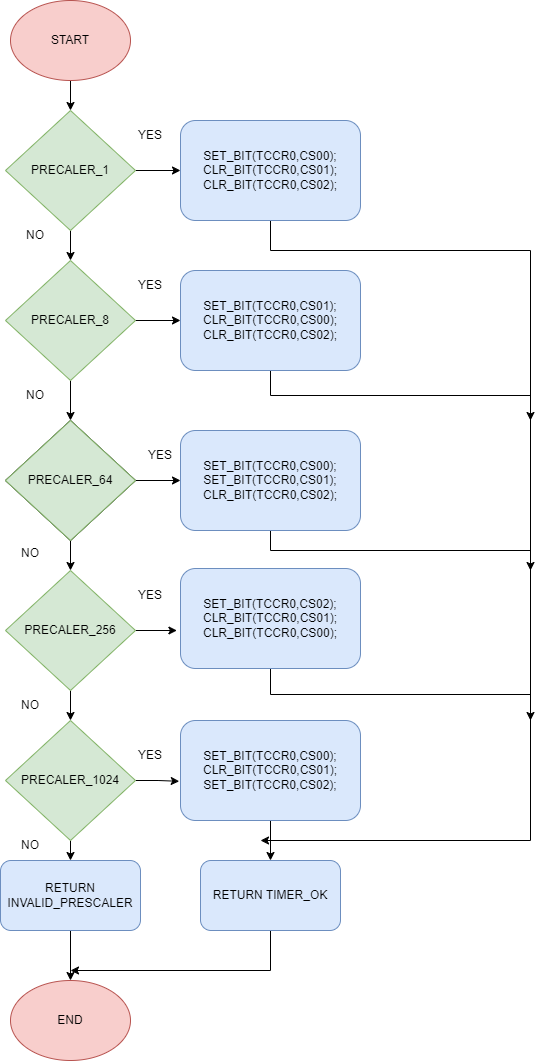
Before: Sprints_tasks/6- Embedded Systems Level 1/4- LED sequence V3.0/Design and Decumentation/APIS Design/5 - TIMER/TIMER_0_START.png, a diagram exported from draw.io (Elpolaky/Sprints). Source tidied: cells renumbered, new cells last; positions are measured from the earlier drawing's top-left corner, leaving out a move shared by most shapes.
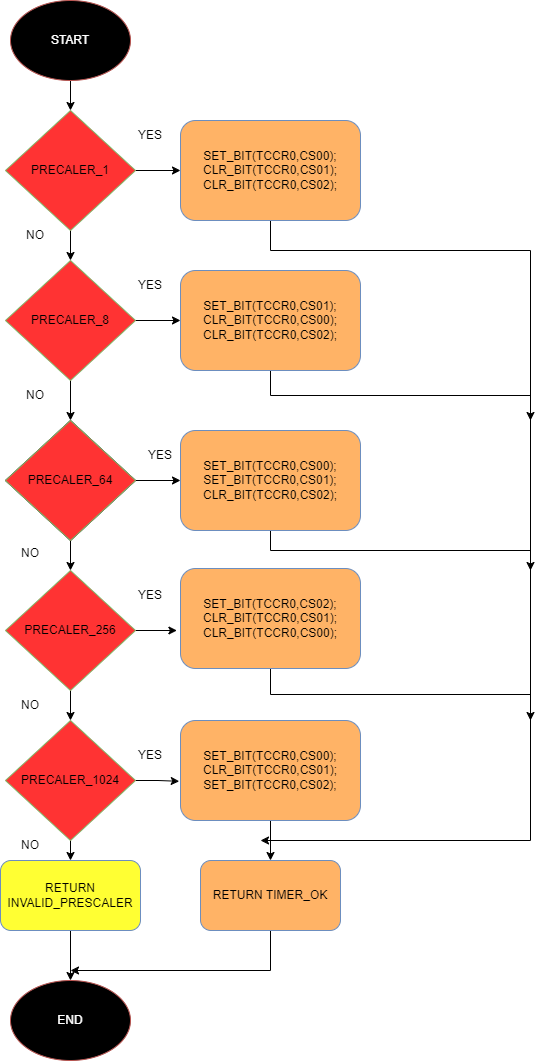
Above is the later version.

Diff of the diagram source:
```diff
@@ -5,7 +5,7 @@
     <mxCell id="2" style="edgeStyle=orthogonalEdgeStyle;rounded=0;jettySize=auto;html=1;" parent="1" edge="1" source="3" target="6">
       <mxGeometry relative="1" as="geometry" />
     </mxCell>
-    <mxCell id="3" value="START" style="ellipse;whiteSpace=wrap;html=1;fillColor=#f8cecc;strokeColor=#b85450;" parent="1" vertex="1">
+    <mxCell id="3" value="&lt;font color=&quot;#ffffff&quot;&gt;START&lt;/font&gt;" style="ellipse;whiteSpace=wrap;html=1;fillColor=#000000;strokeColor=#b85450;" parent="1" vertex="1">
       <mxGeometry x="10" width="120" height="80" as="geometry" />
     </mxCell>
     <mxCell id="4" style="edgeStyle=orthogonalEdgeStyle;rounded=0;jettySize=auto;html=1;" parent="1" edge="1" source="6" target="9">
@@ -14,7 +14,7 @@
     <mxCell id="5" style="edgeStyle=orthogonalEdgeStyle;rounded=0;jettySize=auto;html=1;" parent="1" edge="1" source="6" target="20">
       <mxGeometry relative="1" as="geometry" />
     </mxCell>
-    <mxCell id="6" value="PRECALER_1" style="rhombus;whiteSpace=wrap;html=1;fillColor=#d5e8d4;strokeColor=#82b366;" parent="1" vertex="1">
+    <mxCell id="6" value="PRECALER_1" style="rhombus;whiteSpace=wrap;html=1;fillColor=#FF3333;strokeColor=#82b366;" parent="1" vertex="1">
       <mxGeometry x="5" y="110" width="130" height="120" as="geometry" />
     </mxCell>
     <mxCell id="7" style="edgeStyle=orthogonalEdgeStyle;rounded=0;jettySize=auto;html=1;" parent="1" edge="1" source="9" target="12">
@@ -23,7 +23,7 @@
     <mxCell id="8" style="edgeStyle=orthogonalEdgeStyle;rounded=0;jettySize=auto;html=1;exitX=1;exitY=0.5;exitDx=0;exitDy=0;" parent="1" edge="1" source="9" target="22">
       <mxGeometry relative="1" as="geometry" />
     </mxCell>
-    <mxCell id="9" value="PRECALER_8" style="rhombus;whiteSpace=wrap;html=1;fillColor=#d5e8d4;strokeColor=#82b366;" parent="1" vertex="1">
+    <mxCell id="9" value="PRECALER_8" style="rhombus;whiteSpace=wrap;html=1;fillColor=#FF3333;strokeColor=#82b366;" parent="1" vertex="1">
       <mxGeometry x="5" y="260" width="130" height="120" as="geometry" />
     </mxCell>
     <mxCell id="10" style="edgeStyle=orthogonalEdgeStyle;rounded=0;jettySize=auto;html=1;" parent="1" edge="1" source="12" target="15">
@@ -41,7 +41,7 @@
     <mxCell id="14" style="edgeStyle=orthogonalEdgeStyle;rounded=0;jettySize=auto;html=1;exitX=1;exitY=0.5;exitDx=0;exitDy=0;entryX=-0.02;entryY=0.62;entryDx=0;entryDy=0;entryPerimeter=0;" parent="1" edge="1" source="15" target="26">
       <mxGeometry relative="1" as="geometry" />
     </mxCell>
-    <mxCell id="15" value="PRECALER_256" style="rhombus;whiteSpace=wrap;html=1;fillColor=#d5e8d4;strokeColor=#82b366;" parent="1" vertex="1">
+    <mxCell id="15" value="PRECALER_256" style="rhombus;whiteSpace=wrap;html=1;fillColor=#FF3333;strokeColor=#82b366;" parent="1" vertex="1">
       <mxGeometry x="5" y="570" width="130" height="120" as="geometry" />
     </mxCell>
     <mxCell id="16" style="edgeStyle=orthogonalEdgeStyle;rounded=0;jettySize=auto;html=1;exitX=1;exitY=0.5;exitDx=0;exitDy=0;entryX=-0.007;entryY=0.608;entryDx=0;entryDy=0;entryPerimeter=0;" parent="1" edge="1" source="18" target="28">
@@ -50,7 +50,7 @@
     <mxCell id="17" style="edgeStyle=orthogonalEdgeStyle;rounded=0;jettySize=auto;html=1;exitX=0.5;exitY=1;exitDx=0;exitDy=0;entryX=0.5;entryY=0;entryDx=0;entryDy=0;" parent="1" edge="1" source="18" target="31">
       <mxGeometry relative="1" as="geometry" />
     </mxCell>
-    <mxCell id="18" value="PRECALER_1024" style="rhombus;whiteSpace=wrap;html=1;fillColor=#d5e8d4;strokeColor=#82b366;" parent="1" vertex="1">
+    <mxCell id="18" value="PRECALER_1024" style="rhombus;whiteSpace=wrap;html=1;fillColor=#FF3333;strokeColor=#82b366;" parent="1" vertex="1">
       <mxGeometry x="5" y="720" width="130" height="120" as="geometry" />
     </mxCell>
     <mxCell id="19" style="edgeStyle=orthogonalEdgeStyle;rounded=0;jettySize=auto;html=1;exitX=0.5;exitY=1;exitDx=0;exitDy=0;" parent="1" edge="1" source="20">
@@ -63,7 +63,7 @@
         </Array>
       </mxGeometry>
     </mxCell>
-    <mxCell id="20" value="&lt;div&gt;SET_BIT(TCCR0,CS00);&lt;/div&gt;&lt;div&gt;&#9;&#9;CLR_BIT(TCCR0,CS01);&lt;/div&gt;&lt;div&gt;&lt;span style=&quot;&quot;&gt;&#9;&#9;&lt;/span&gt;CLR_BIT(TCCR0,CS02);&lt;/div&gt;" style="rounded=1;whiteSpace=wrap;html=1;fillColor=#dae8fc;strokeColor=#6c8ebf;" parent="1" vertex="1">
+    <mxCell id="20" value="&lt;div&gt;SET_BIT(TCCR0,CS00);&lt;/div&gt;&lt;div&gt;&#9;&#9;CLR_BIT(TCCR0,CS01);&lt;/div&gt;&lt;div&gt;&lt;span style=&quot;&quot;&gt;&#9;&#9;&lt;/span&gt;CLR_BIT(TCCR0,CS02);&lt;/div&gt;" style="rounded=1;whiteSpace=wrap;html=1;fillColor=#FFB366;strokeColor=#6c8ebf;" parent="1" vertex="1">
       <mxGeometry x="180" y="120" width="180" height="100" as="geometry" />
     </mxCell>
     <mxCell id="21" style="edgeStyle=orthogonalEdgeStyle;rounded=0;jettySize=auto;html=1;exitX=0.5;exitY=1;exitDx=0;exitDy=0;" parent="1" edge="1" source="22">
@@ -71,7 +71,7 @@
         <mxPoint x="530" y="420" as="targetPoint" />
       </mxGeometry>
     </mxCell>
-    <mxCell id="22" value="&lt;div&gt;SET_BIT(TCCR0,CS01);&lt;/div&gt;&lt;div&gt;&#9;&#9;CLR_BIT(TCCR0,CS00);&lt;/div&gt;&lt;div&gt;&lt;span style=&quot;&quot;&gt;&#9;&#9;&lt;/span&gt;CLR_BIT(TCCR0,CS02);&lt;/div&gt;" style="rounded=1;whiteSpace=wrap;html=1;fillColor=#dae8fc;strokeColor=#6c8ebf;" parent="1" vertex="1">
+    <mxCell id="22" value="&lt;div&gt;SET_BIT(TCCR0,CS01);&lt;/div&gt;&lt;div&gt;&#9;&#9;CLR_BIT(TCCR0,CS00);&lt;/div&gt;&lt;div&gt;&lt;span style=&quot;&quot;&gt;&#9;&#9;&lt;/span&gt;CLR_BIT(TCCR0,CS02);&lt;/div&gt;" style="rounded=1;whiteSpace=wrap;html=1;fillColor=#FFB366;strokeColor=#6c8ebf;" parent="1" vertex="1">
       <mxGeometry x="180" y="270" width="180" height="100" as="geometry" />
     </mxCell>
     <mxCell id="23" style="edgeStyle=orthogonalEdgeStyle;rounded=0;jettySize=auto;html=1;exitX=0.5;exitY=1;exitDx=0;exitDy=0;" parent="1" edge="1" source="24">
@@ -79,7 +79,7 @@
         <mxPoint x="530" y="570" as="targetPoint" />
       </mxGeometry>
     </mxCell>
-    <mxCell id="24" value="&lt;div&gt;SET_BIT(TCCR0,CS00);&lt;/div&gt;&lt;div&gt;&#9;&#9;SET_BIT(TCCR0,CS01);&lt;/div&gt;&lt;div&gt;&lt;span style=&quot;&quot;&gt;&#9;&#9;&lt;/span&gt;CLR_BIT(TCCR0,CS02);&lt;/div&gt;" style="rounded=1;whiteSpace=wrap;html=1;fillColor=#dae8fc;strokeColor=#6c8ebf;" parent="1" vertex="1">
+    <mxCell id="24" value="&lt;div&gt;SET_BIT(TCCR0,CS00);&lt;/div&gt;&lt;div&gt;&#9;&#9;SET_BIT(TCCR0,CS01);&lt;/div&gt;&lt;div&gt;&lt;span style=&quot;&quot;&gt;&#9;&#9;&lt;/span&gt;CLR_BIT(TCCR0,CS02);&lt;/div&gt;" style="rounded=1;whiteSpace=wrap;html=1;fillColor=#FFB366;strokeColor=#6c8ebf;" parent="1" vertex="1">
       <mxGeometry x="180" y="430" width="180" height="100" as="geometry" />
     </mxCell>
     <mxCell id="25" style="edgeStyle=orthogonalEdgeStyle;rounded=0;jettySize=auto;html=1;exitX=0.5;exitY=1;exitDx=0;exitDy=0;" parent="1" edge="1" source="26">
@@ -87,22 +87,22 @@
         <mxPoint x="530" y="720" as="targetPoint" />
       </mxGeometry>
     </mxCell>
-    <mxCell id="26" value="&lt;div&gt;SET_BIT(TCCR0,CS02);&lt;/div&gt;&lt;div&gt;&#9;&#9;CLR_BIT(TCCR0,CS01);&lt;/div&gt;&lt;div&gt;&lt;span style=&quot;&quot;&gt;&#9;&#9;&lt;/span&gt;CLR_BIT(TCCR0,CS00);&lt;/div&gt;" style="rounded=1;whiteSpace=wrap;html=1;fillColor=#dae8fc;strokeColor=#6c8ebf;" parent="1" vertex="1">
+    <mxCell id="26" value="&lt;div&gt;SET_BIT(TCCR0,CS02);&lt;/div&gt;&lt;div&gt;&#9;&#9;CLR_BIT(TCCR0,CS01);&lt;/div&gt;&lt;div&gt;&lt;span style=&quot;&quot;&gt;&#9;&#9;&lt;/span&gt;CLR_BIT(TCCR0,CS00);&lt;/div&gt;" style="rounded=1;whiteSpace=wrap;html=1;fillColor=#FFB366;strokeColor=#6c8ebf;" parent="1" vertex="1">
       <mxGeometry x="180" y="568" width="180" height="100" as="geometry" />
     </mxCell>
     <mxCell id="27" style="edgeStyle=orthogonalEdgeStyle;rounded=0;jettySize=auto;html=1;" parent="1" edge="1" source="28" target="33">
       <mxGeometry relative="1" as="geometry" />
     </mxCell>
-    <mxCell id="28" value="&lt;div&gt;SET_BIT(TCCR0,CS00);&lt;/div&gt;&lt;div&gt;&#9;&#9;CLR_BIT(TCCR0,CS01);&lt;/div&gt;&lt;div&gt;&lt;span style=&quot;&quot;&gt;&#9;&#9;&lt;/span&gt;SET_BIT(TCCR0,CS02);&lt;/div&gt;" style="rounded=1;whiteSpace=wrap;html=1;fillColor=#dae8fc;strokeColor=#6c8ebf;" parent="1" vertex="1">
+    <mxCell id="28" value="&lt;div&gt;SET_BIT(TCCR0,CS00);&lt;/div&gt;&lt;div&gt;&#9;&#9;CLR_BIT(TCCR0,CS01);&lt;/div&gt;&lt;div&gt;&lt;span style=&quot;&quot;&gt;&#9;&#9;&lt;/span&gt;SET_BIT(TCCR0,CS02);&lt;/div&gt;" style="rounded=1;whiteSpace=wrap;html=1;fillColor=#FFB366;strokeColor=#6c8ebf;" parent="1" vertex="1">
       <mxGeometry x="180" y="720" width="180" height="100" as="geometry" />
     </mxCell>
-    <mxCell id="29" value="PRECALER_64" style="rhombus;whiteSpace=wrap;html=1;fillColor=#d5e8d4;strokeColor=#82b366;" parent="1" vertex="1">
+    <mxCell id="29" value="PRECALER_64" style="rhombus;whiteSpace=wrap;html=1;fillColor=#FF3333;strokeColor=#82b366;" parent="1" vertex="1">
       <mxGeometry x="5" y="420" width="130" height="120" as="geometry" />
     </mxCell>
     <mxCell id="30" style="edgeStyle=orthogonalEdgeStyle;rounded=0;jettySize=auto;html=1;entryX=0.5;entryY=0;entryDx=0;entryDy=0;" parent="1" edge="1" source="31" target="34">
       <mxGeometry relative="1" as="geometry" />
     </mxCell>
-    <mxCell id="31" value="RETURN INVALID_PRESCALER" style="rounded=1;whiteSpace=wrap;html=1;fillColor=#dae8fc;strokeColor=#6c8ebf;" parent="1" vertex="1">
+    <mxCell id="31" value="RETURN INVALID_PRESCALER" style="rounded=1;whiteSpace=wrap;html=1;fillColor=#FFFF33;strokeColor=#6c8ebf;" parent="1" vertex="1">
       <mxGeometry y="860" width="140" height="70" as="geometry" />
     </mxCell>
     <mxCell id="32" style="edgeStyle=orthogonalEdgeStyle;rounded=0;jettySize=auto;html=1;" parent="1" edge="1" source="33">
@@ -113,10 +113,10 @@
         </Array>
       </mxGeometry>
     </mxCell>
-    <mxCell id="33" value="RETURN TIMER_OK" style="rounded=1;whiteSpace=wrap;html=1;fillColor=#dae8fc;strokeColor=#6c8ebf;" parent="1" vertex="1">
+    <mxCell id="33" value="RETURN TIMER_OK" style="rounded=1;whiteSpace=wrap;html=1;fillColor=#FFB366;strokeColor=#6c8ebf;" parent="1" vertex="1">
       <mxGeometry x="200" y="860" width="140" height="70" as="geometry" />
     </mxCell>
-    <mxCell id="34" value="END" style="ellipse;whiteSpace=wrap;html=1;fillColor=#f8cecc;strokeColor=#b85450;" parent="1" vertex="1">
+    <mxCell id="34" value="&lt;font color=&quot;#ffffff&quot;&gt;END&lt;/font&gt;" style="ellipse;whiteSpace=wrap;html=1;fillColor=#000000;strokeColor=#b85450;" parent="1" vertex="1">
       <mxGeometry x="10" y="980" width="120" height="80" as="geometry" />
     </mxCell>
     <mxCell id="35" value="YES" style="text;html=1;strokeColor=none;fillColor=none;align=center;verticalAlign=middle;whiteSpace=wrap;rounded=0;" parent="1" vertex="1">
```
